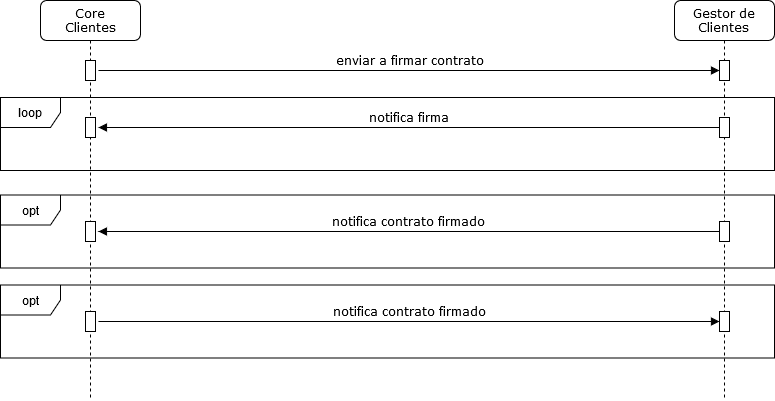
The draw.io diagram Diagrama de Interacción Gestor.png in Derivatik/Recursos-Documentacion, before a commit. Source tidied: cells renumbered, new cells last; positions are measured from the earlier drawing's top-left corner, leaving out a move shared by most shapes.
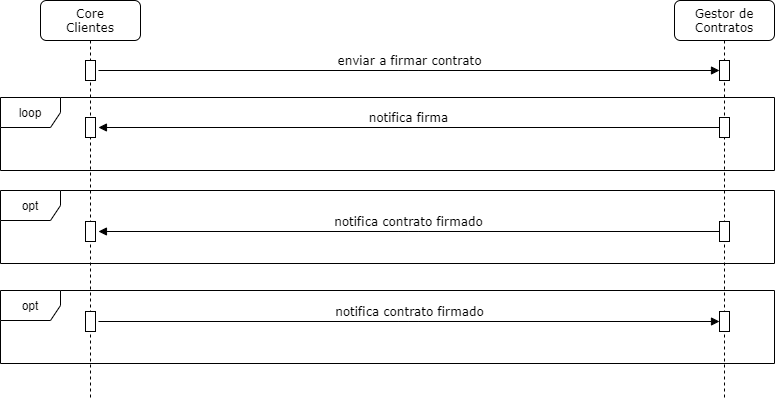
The same file after the commit.

Commit message:
arreglo diagrama interaccion contratos

What changed in the source:
```diff
@@ -3,12 +3,12 @@
     <mxCell id="0" />
     <mxCell id="1" parent="0" />
     <mxCell id="2" value="opt" style="shape=umlFrame;whiteSpace=wrap;html=1;" parent="1" vertex="1">
-      <mxGeometry y="194.5" width="774" height="73" as="geometry" />
+      <mxGeometry y="290" width="774" height="73" as="geometry" />
     </mxCell>
     <mxCell id="3" value="enviar a firmar contrato" style="html=1;verticalAlign=bottom;endArrow=block;labelBackgroundColor=none;fontFamily=Verdana;fontSize=12;edgeStyle=elbowEdgeStyle;elbow=vertical;exitX=1.295;exitY=0.5;exitDx=0;exitDy=0;exitPerimeter=0;" parent="1" edge="1" source="7" target="5">
       <mxGeometry relative="1" as="geometry" />
     </mxCell>
-    <mxCell id="4" value="Gestor de&lt;br&gt;Clientes" style="shape=umlLifeline;perimeter=lifelinePerimeter;whiteSpace=wrap;html=1;rounded=1;shadow=0;comic=0;labelBackgroundColor=none;strokeWidth=1;fontFamily=Verdana;fontSize=12;align=center;" parent="1" vertex="1">
+    <mxCell id="4" value="Gestor de&lt;br&gt;Contratos" style="shape=umlLifeline;perimeter=lifelinePerimeter;whiteSpace=wrap;html=1;rounded=1;shadow=0;comic=0;labelBackgroundColor=none;strokeWidth=1;fontFamily=Verdana;fontSize=12;align=center;" parent="1" vertex="1">
       <mxGeometry x="674" width="100" height="400" as="geometry" />
     </mxCell>
     <mxCell id="5" style="html=1;points=[];perimeter=orthogonalPerimeter;rounded=0;shadow=0;comic=0;labelBackgroundColor=none;strokeWidth=1;fontFamily=Verdana;fontSize=12;align=center;" parent="4" vertex="1">
@@ -42,7 +42,7 @@
       <mxGeometry x="85" y="221" width="10" height="20" as="geometry" />
     </mxCell>
     <mxCell id="15" value="opt" style="shape=umlFrame;whiteSpace=wrap;html=1;" parent="1" vertex="1">
-      <mxGeometry y="284.5" width="774" height="73" as="geometry" />
+      <mxGeometry y="190" width="774" height="73" as="geometry" />
     </mxCell>
     <mxCell id="16" value="notifica contrato firmado" style="html=1;verticalAlign=bottom;endArrow=block;labelBackgroundColor=none;fontFamily=Verdana;fontSize=12;edgeStyle=elbowEdgeStyle;elbow=vertical;exitX=1.295;exitY=0.5;exitDx=0;exitDy=0;exitPerimeter=0;" parent="1" edge="1" source="18" target="17">
       <mxGeometry relative="1" as="geometry" />
```
